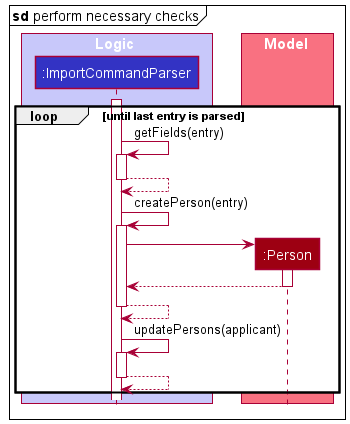
Above: docs/images/ImportCheckSequenceDiagram.png in rcjj98/tp (PlantUML), before the change.
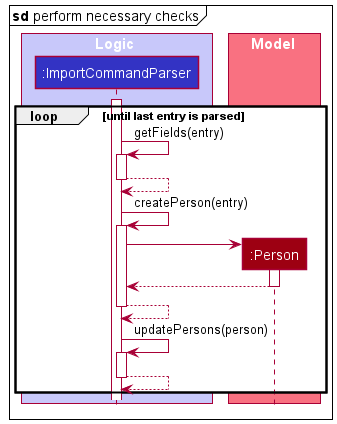
Above is the later version.

Change to the diagram source:
```diff
@@ -37,7 +37,7 @@
 ImportCommandParser --> ImportCommandParser
 deactivate ImportCommandParser
 
-ImportCommandParser -> ImportCommandParser : updatePersons(applicant)
+ImportCommandParser -> ImportCommandParser : updatePersons(person)
 activate ImportCommandParser
 ImportCommandParser --> ImportCommandParser
 deactivate ImportCommandParser
```
